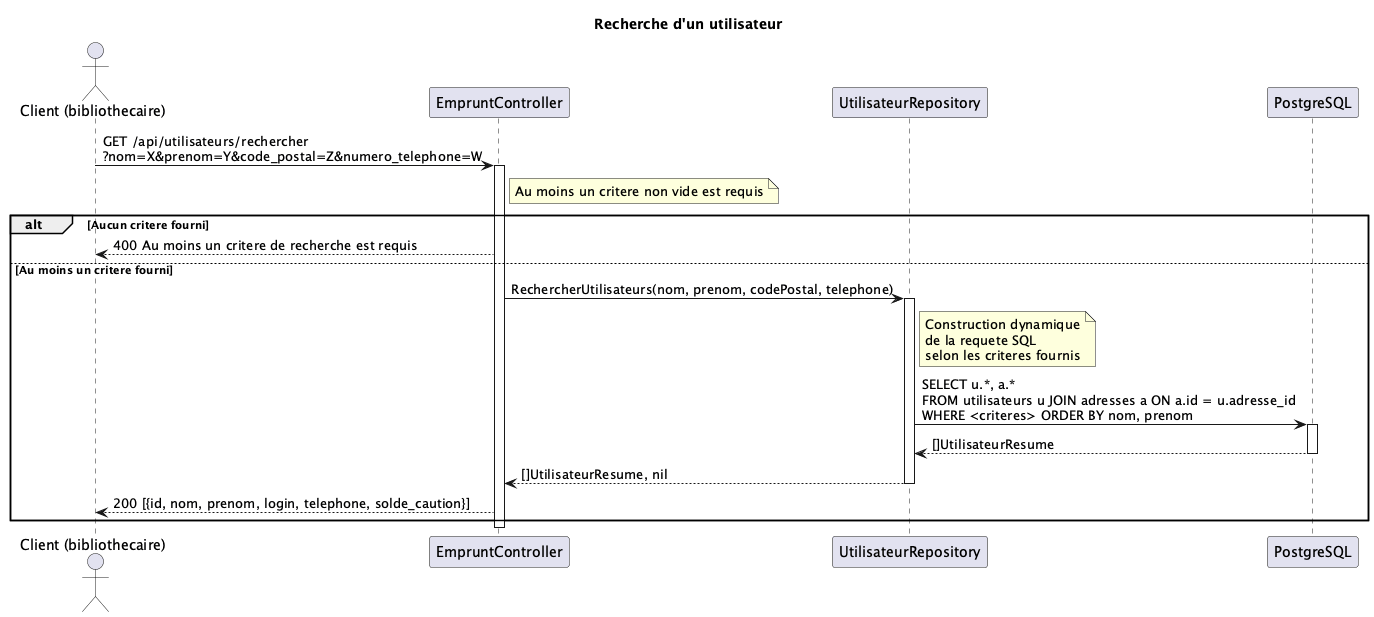
eadl-jaffre/bibliotheque keeps this PlantUML diagram as back/diagrams/08_trouver_utilisateur.png. Above is the earlier version. Source of this version:
```plantuml
@startuml
title Recherche d'un utilisateur

actor "Client (bibliothecaire)" as C
participant "EmpruntController" as CTL
participant "UtilisateurRepository" as UR
participant "PostgreSQL" as DB

C -> CTL : GET /api/utilisateurs/rechercher\n?nom=X&prenom=Y&code_postal=Z&numero_telephone=W
activate CTL
note right of CTL : Au moins un critere non vide est requis
alt Aucun critere fourni
CTL --> C : 400 Au moins un critere de recherche est requis
else Au moins un critere fourni
CTL -> UR : RechercherUtilisateurs(nom, prenom, codePostal, telephone)
activate UR
note right of UR : Construction dynamique\nde la requete SQL\nselon les criteres fournis
UR -> DB : SELECT u.*, a.*\nFROM utilisateurs u JOIN adresses a ON a.id = u.adresse_id\nWHERE <criteres> ORDER BY nom, prenom
activate DB
DB --> UR : []UtilisateurResume
deactivate DB
UR --> CTL : []UtilisateurResume, nil
deactivate UR
CTL --> C : 200 [{id, nom, prenom, login, telephone, solde_caution}]
end
deactivate CTL
@enduml
```
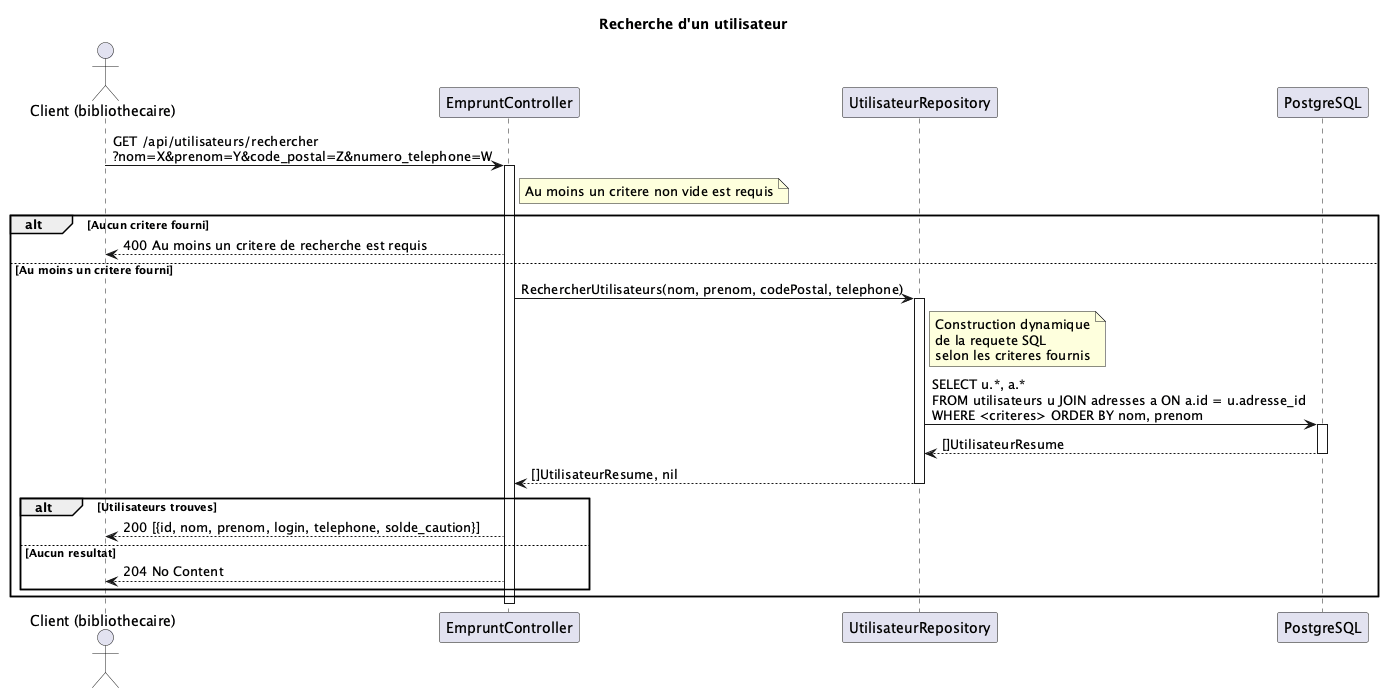
The same diagram one commit later.

What changed in the source:
```diff
@@ -21,7 +21,11 @@
 deactivate DB
 UR --> CTL : []UtilisateurResume, nil
 deactivate UR
+alt Utilisateurs trouves
 CTL --> C : 200 [{id, nom, prenom, login, telephone, solde_caution}]
+else Aucun resultat
+CTL --> C : 204 No Content
+end
 end
 deactivate CTL
 @enduml
```
